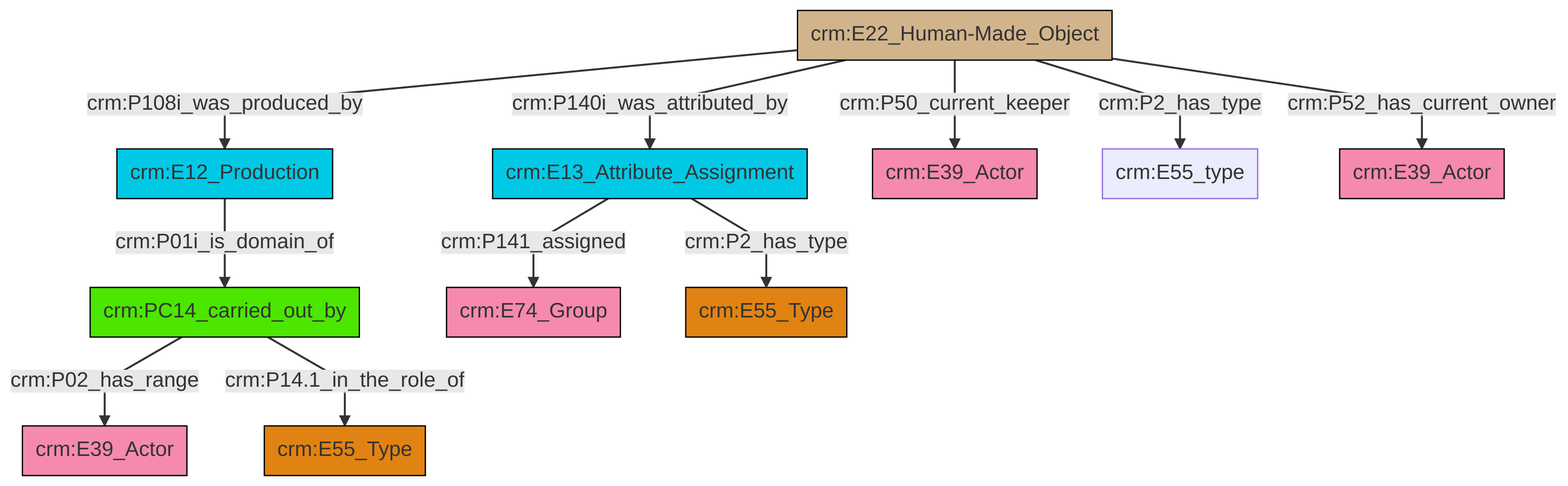
Above: et/artworkCSV/ttl/mmd/png/Artwork_Actor_Relations.png in swiss-art-research-net/reference-data-models (Mermaid), before the change. Its source is kept beside it as et/artworkCSV/ttl/mmd/Artwork_Actor_Relations.ttl.mmd.
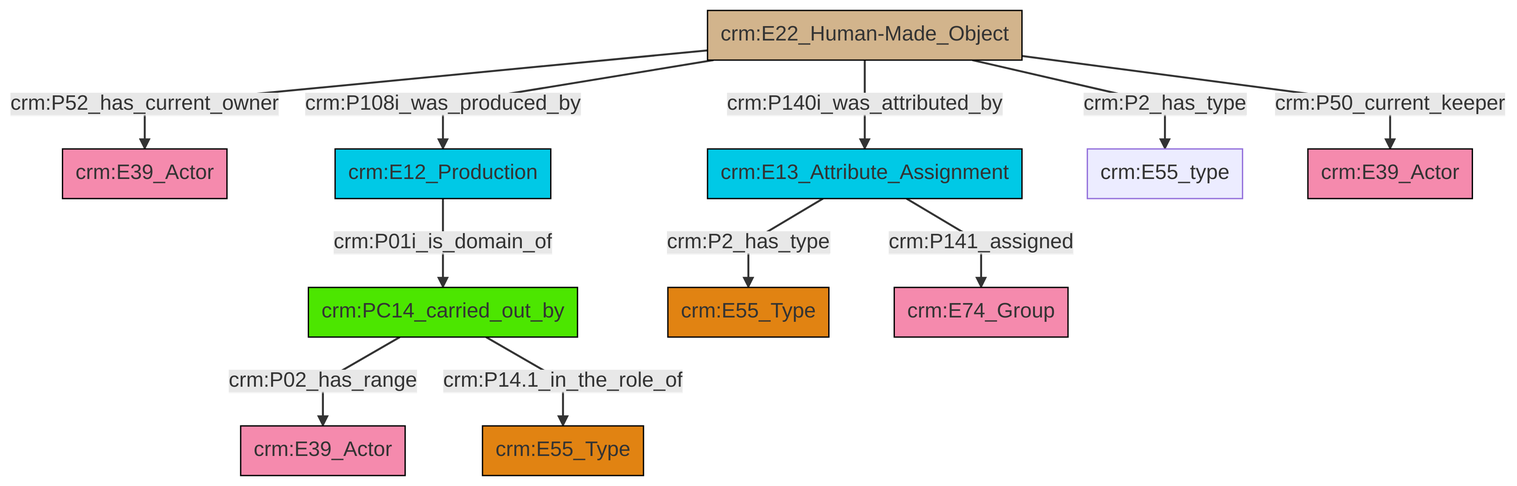
After the change.

The edit, as a diff of the source:
```diff
@@ -13,13 +13,13 @@
 classDef PC_Classes fill:#4ce600, stroke:#000000;
 classDef Multi fill:#cccccc,stroke:#000000;
 
-0["crm:PC14_carried_out_by"]:::PC_Classes -->|crm:P02_has_range| 1["crm:E39_Actor"]:::Actor
-2["crm:E22_Human-Made_Object"]:::Physical_Thing -->|crm:P108i_was_produced_by| 3["crm:E12_Production"]:::Temporal_Entity
-2["crm:E22_Human-Made_Object"]:::Physical_Thing -->|crm:P140i_was_attributed_by| 4["crm:E13_Attribute_Assignment"]:::Temporal_Entity
-4["crm:E13_Attribute_Assignment"]:::Temporal_Entity -->|crm:P141_assigned| 6["crm:E74_Group"]:::Actor
-2["crm:E22_Human-Made_Object"]:::Physical_Thing -->|crm:P50_current_keeper| 8["crm:E39_Actor"]:::Actor
-0["crm:PC14_carried_out_by"]:::PC_Classes -->|crm:P14.1_in_the_role_of| 11["crm:E55_Type"]:::Type
-2["crm:E22_Human-Made_Object"]:::Physical_Thing -->|crm:P2_has_type| 14["crm:E55_type"]:::Default
-2["crm:E22_Human-Made_Object"]:::Physical_Thing -->|crm:P52_has_current_owner| 15["crm:E39_Actor"]:::Actor
-4["crm:E13_Attribute_Assignment"]:::Temporal_Entity -->|crm:P2_has_type| 16["crm:E55_Type"]:::Type
-3["crm:E12_Production"]:::Temporal_Entity -->|crm:P01i_is_domain_of| 0["crm:PC14_carried_out_by"]:::PC_Classes
+4["crm:E22_Human-Made_Object"]:::Physical_Thing -->|crm:P52_has_current_owner| 5["crm:E39_Actor"]:::Actor
+4["crm:E22_Human-Made_Object"]:::Physical_Thing -->|crm:P108i_was_produced_by| 6["crm:E12_Production"]:::Temporal_Entity
+6["crm:E12_Production"]:::Temporal_Entity -->|crm:P01i_is_domain_of| 8["crm:PC14_carried_out_by"]:::PC_Classes
+4["crm:E22_Human-Made_Object"]:::Physical_Thing -->|crm:P140i_was_attributed_by| 10["crm:E13_Attribute_Assignment"]:::Temporal_Entity
+10["crm:E13_Attribute_Assignment"]:::Temporal_Entity -->|crm:P2_has_type| 0["crm:E55_Type"]:::Type
+4["crm:E22_Human-Made_Object"]:::Physical_Thing -->|crm:P2_has_type| 14["crm:E55_type"]:::Default
+10["crm:E13_Attribute_Assignment"]:::Temporal_Entity -->|crm:P141_assigned| 17["crm:E74_Group"]:::Actor
+8["crm:PC14_carried_out_by"]:::PC_Classes -->|crm:P02_has_range| 18["crm:E39_Actor"]:::Actor
+8["crm:PC14_carried_out_by"]:::PC_Classes -->|crm:P14.1_in_the_role_of| 12["crm:E55_Type"]:::Type
+4["crm:E22_Human-Made_Object"]:::Physical_Thing -->|crm:P50_current_keeper| 2["crm:E39_Actor"]:::Actor
```
